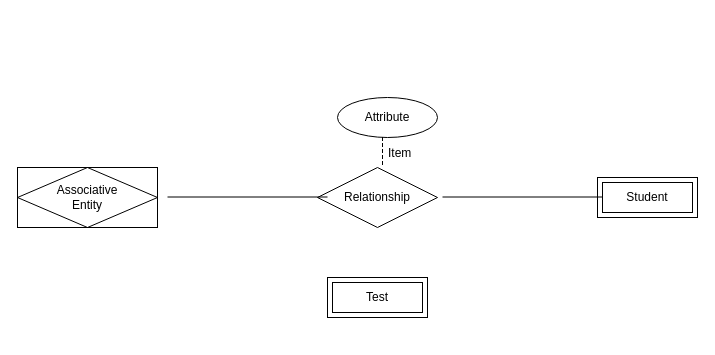
This is test.drawio from us-ja/Data_Management, a draw.io file, before an edit. Source tidied: cells renumbered, new cells numbered last; positions are measured from the earlier drawing's top-left corner, leaving out a move shared by most shapes. Both pictures are drawn from the tidied source at 100%, with x=0, y=0 at pixel (17, 97).
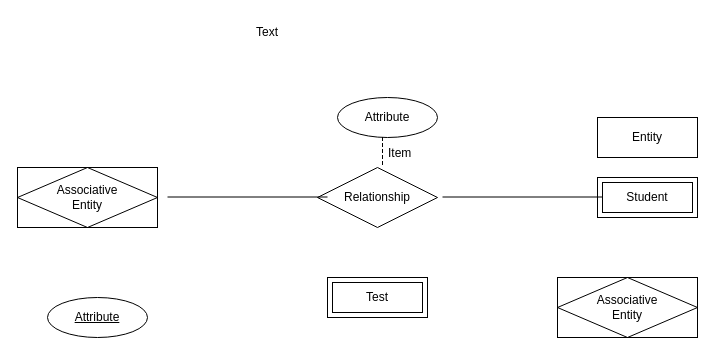
The same page after the edit.

Commit message:
make template

Change to the diagram source:
```diff
@@
 <mxGraphModel>
   <root>
     <mxCell id="0" />
     <mxCell id="1" parent="0" />
     <mxCell id="2" value="Attribute" style="ellipse;whiteSpace=wrap;html=1;align=center;" parent="1" vertex="1">
       <mxGeometry x="320" width="100" height="40" as="geometry" />
     </mxCell>
     <mxCell id="3" value="Student" style="shape=ext;margin=3;double=1;whiteSpace=wrap;html=1;align=center;" parent="1" vertex="1">
       <mxGeometry x="580" y="80" width="100" height="40" as="geometry" />
     </mxCell>
     <mxCell id="4" value="Associative&#10;Entity" style="shape=associativeEntity;whiteSpace=wrap;html=1;align=center;" parent="1" vertex="1">
       <mxGeometry y="70" width="140" height="60" as="geometry" />
     </mxCell>
     <mxCell id="5" value="Relationship" style="shape=rhombus;perimeter=rhombusPerimeter;whiteSpace=wrap;html=1;align=center;" parent="1" vertex="1">
       <mxGeometry x="300" y="70" width="120" height="60" as="geometry" />
     </mxCell>
     <mxCell id="6" style="endArrow=none;html=1;rounded=0;" parent="1" edge="1">
       <mxGeometry relative="1" as="geometry">
         <mxPoint x="425" y="99.5" as="sourcePoint" />
         <mxPoint x="585" y="99.5" as="targetPoint" />
       </mxGeometry>
     </mxCell>
     <mxCell id="7" style="endArrow=none;html=1;rounded=0;" parent="1" edge="1">
       <mxGeometry relative="1" as="geometry">
         <mxPoint x="150" y="99.5" as="sourcePoint" />
         <mxPoint x="310" y="99.5" as="targetPoint" />
       </mxGeometry>
     </mxCell>
     <mxCell id="8" value="Item" style="shape=partialRectangle;fillColor=none;align=left;verticalAlign=middle;strokeColor=none;spacingLeft=34;" parent="1" vertex="1">
       <mxGeometry x="335" y="40" width="90" height="30" as="geometry" />
     </mxCell>
     <mxCell id="9" style="shape=partialRectangle;top=0;left=0;bottom=0;fillColor=none;stokeWidth=1;dashed=1;align=left;verticalAlign=middle;spacingLeft=4;spacingRight=4;overflow=hidden;" parent="8" vertex="1">
       <mxGeometry width="30" height="30" as="geometry" />
     </mxCell>
     <mxCell id="10" value="Test" style="shape=ext;margin=3;double=1;whiteSpace=wrap;html=1;align=center;" parent="1" vertex="1">
       <mxGeometry x="310" y="180" width="100" height="40" as="geometry" />
     </mxCell>
+    <mxCell id="11" value="Attribute" style="ellipse;whiteSpace=wrap;html=1;align=center;fontStyle=4;" parent="1" vertex="1">
+      <mxGeometry x="30" y="200" width="100" height="40" as="geometry" />
+    </mxCell>
+    <mxCell id="12" value="Associative&#10;Entity" style="shape=associativeEntity;whiteSpace=wrap;html=1;align=center;" parent="1" vertex="1">
+      <mxGeometry x="540" y="180" width="140" height="60" as="geometry" />
+    </mxCell>
+    <mxCell id="13" value="Entity" style="whiteSpace=wrap;html=1;align=center;" parent="1" vertex="1">
+      <mxGeometry x="580" y="20" width="100" height="40" as="geometry" />
+    </mxCell>
+    <mxCell id="14" value="Text" style="text;html=1;align=center;verticalAlign=middle;whiteSpace=wrap;rounded=0;" parent="1" vertex="1">
+      <mxGeometry x="220" y="-80" width="60" height="30" as="geometry" />
+    </mxCell>
   </root>
 </mxGraphModel>
```
